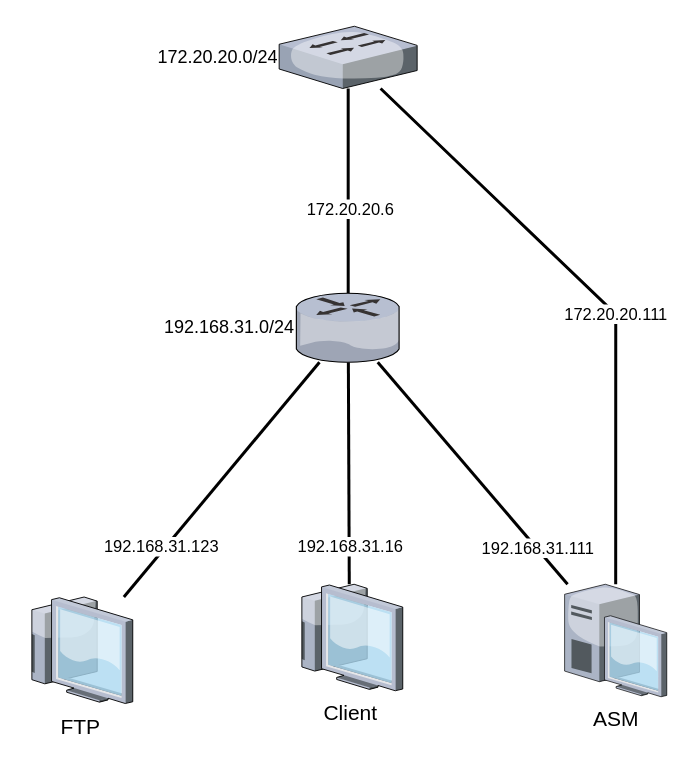
This is 未命名绘图.drawio from ares0516/drawio, a draw.io file, before an edit. Source tidied: cells renumbered, new cells numbered last; positions are measured from the earlier drawing's top-left corner, leaving out a move shared by most shapes. Both pictures are drawn from the tidied source at 150%, with x=0, y=0 at pixel (26, 26).
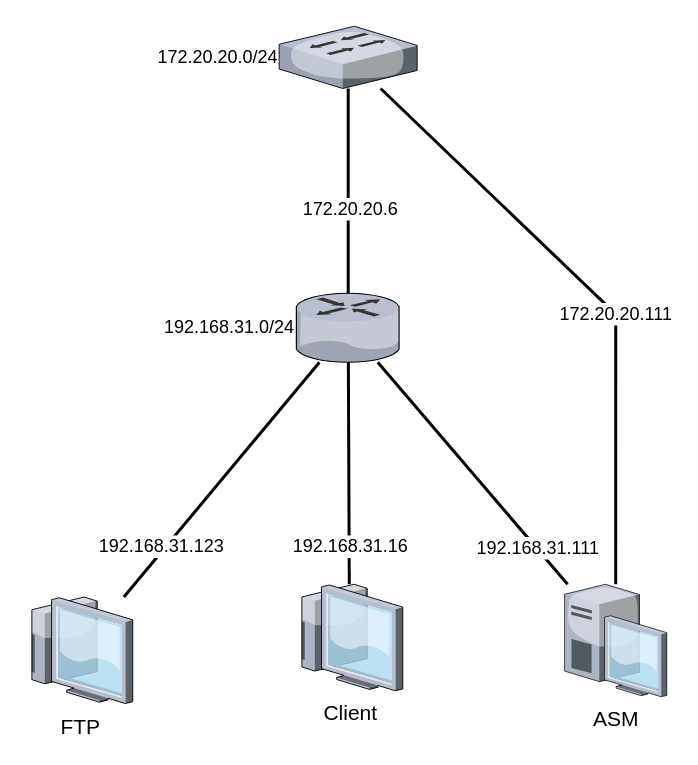
After the change.

Commit message:
更新未命名绘图.drawio

The change refers to these unchanged cells:
```xml
<mxCell id="2" style="edgeStyle=none;rounded=0;jettySize=auto;html=1;strokeWidth=2;endSize=10;startSize=10;endArrow=none;endFill=0;" parent="1" edge="1" source="6" target="15">
  <mxGeometry relative="1" as="geometry" />
</mxCell>
<mxCell id="4" style="edgeStyle=none;rounded=0;jettySize=auto;html=1;endArrow=none;endFill=0;strokeWidth=2;endSize=10;startSize=10;" parent="1" edge="1" source="6" target="16">
  <mxGeometry relative="1" as="geometry">
    <Array as="points">
      <mxPoint x="393" y="192" />
    </Array>
  </mxGeometry>
</mxCell>
<mxCell id="7" style="edgeStyle=none;rounded=0;jettySize=auto;html=1;endArrow=none;endFill=0;strokeWidth=2;endSize=10;startSize=10;" parent="1" edge="1" source="9" target="15">
  <mxGeometry relative="1" as="geometry" />
</mxCell>
<mxCell id="10" style="edgeStyle=none;rounded=0;jettySize=auto;html=1;endArrow=none;endFill=0;strokeWidth=2;endSize=10;startSize=10;" parent="1" edge="1" source="12" target="15">
  <mxGeometry relative="1" as="geometry" />
</mxCell>
<mxCell id="13" style="edgeStyle=none;rounded=0;jettySize=auto;html=1;endArrow=none;endFill=0;strokeWidth=2;endSize=10;startSize=10;" parent="1" edge="1" source="15" target="16">
  <mxGeometry relative="1" as="geometry" />
</mxCell>
```

What changed in the source:
```diff
@@
-    <mxCell id="3" value="192.168.31.111" style="edgeLabel;html=1;align=center;verticalAlign=middle;" parent="2" vertex="1">
+    <mxCell id="3" value="192.168.31.111" style="edgeLabel;html=1;align=center;verticalAlign=middle;fontSize=12;" parent="2" vertex="1">
       <mxGeometry x="0.02" y="-1" relative="1" as="geometry">
         <mxPoint x="43" y="51" as="offset" />
       </mxGeometry>
     </mxCell>
@@
-    <mxCell id="5" value="172.20.20.111" style="edgeLabel;html=1;align=center;verticalAlign=middle;" parent="4" vertex="1">
+    <mxCell id="5" value="172.20.20.111" style="edgeLabel;html=1;align=center;verticalAlign=middle;fontSize=12;" parent="4" vertex="1">
       <mxGeometry x="-0.09" y="-1" relative="1" as="geometry">
         <mxPoint y="1" as="offset" />
       </mxGeometry>
     </mxCell>
@@
-    <mxCell id="8" value="192.168.31.16" style="edgeLabel;html=1;align=center;verticalAlign=middle;" parent="7" vertex="1">
+    <mxCell id="8" value="192.168.31.16" style="edgeLabel;html=1;align=center;verticalAlign=middle;fontSize=12;" parent="7" vertex="1">
       <mxGeometry x="-0.23" y="-2" relative="1" as="geometry">
         <mxPoint x="-2" y="32" as="offset" />
       </mxGeometry>
     </mxCell>
@@
-    <mxCell id="11" value="192.168.31.123" style="edgeLabel;html=1;align=center;verticalAlign=middle;" parent="10" vertex="1">
+    <mxCell id="11" value="192.168.31.123" style="edgeLabel;html=1;align=center;verticalAlign=middle;fontSize=12;" parent="10" vertex="1">
       <mxGeometry x="-0.46" y="-2" relative="1" as="geometry">
         <mxPoint x="-12" y="7" as="offset" />
       </mxGeometry>
     </mxCell>
@@
-    <mxCell id="14" value="172.20.20.6" style="edgeLabel;html=1;align=center;verticalAlign=middle;" parent="13" vertex="1">
+    <mxCell id="14" value="172.20.20.6" style="edgeLabel;html=1;align=center;verticalAlign=middle;fontSize=12;" parent="13" vertex="1">
       <mxGeometry x="-0.18" y="-1" relative="1" as="geometry" />
     </mxCell>
```
